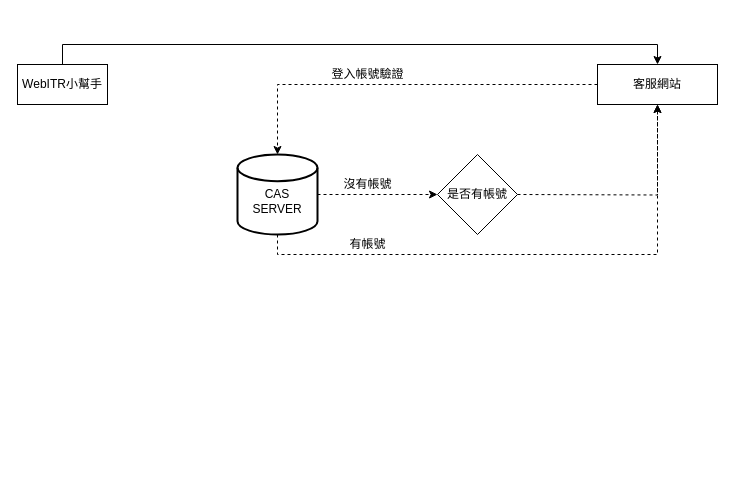
This is page "Page-3" (3 of 3) of Untitled Diagram.drawio from Cadmus-design/Diagrams, a draw.io file, before an edit. Source tidied: cells renumbered, new cells numbered last; positions are measured from the earlier drawing's top-left corner, leaving out a move shared by most shapes. Both pictures are drawn from the tidied source at 100%, with x=0, y=0 at pixel (17, 64).
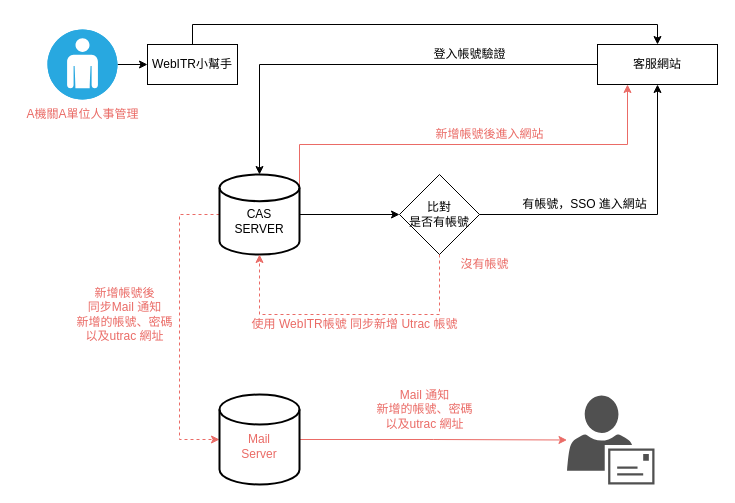
Above is the later version.

The edit, as a diff of the source:
```diff
@@
     <mxCell id="3" value="WebITR小幫手" style="rounded=0;whiteSpace=wrap;html=1;" parent="1" vertex="1">
-      <mxGeometry width="90" height="40" as="geometry" />
+      <mxGeometry x="130" y="-20" width="90" height="40" as="geometry" />
     </mxCell>
-    <mxCell id="4" style="edgeStyle=orthogonalEdgeStyle;rounded=0;jettySize=auto;html=1;exitX=0;exitY=0.5;exitDx=0;exitDy=0;dashed=1;entryX=0.5;entryY=0;entryDx=0;entryDy=0;entryPerimeter=0;" parent="1" edge="1" source="5" target="12">
+    <mxCell id="4" style="edgeStyle=orthogonalEdgeStyle;rounded=0;jettySize=auto;html=1;exitX=0;exitY=0.5;exitDx=0;exitDy=0;entryX=0.5;entryY=0;entryDx=0;entryDy=0;entryPerimeter=0;" parent="1" edge="1" source="5" target="12">
       <mxGeometry relative="1" as="geometry" />
     </mxCell>
     <mxCell id="5" value="客服網站" style="whiteSpace=wrap;html=1;rounded=0;" parent="1" vertex="1">
-      <mxGeometry x="580" width="120" height="40" as="geometry" />
+      <mxGeometry x="580" y="-20" width="120" height="40" as="geometry" />
     </mxCell>
-    <mxCell id="6" style="edgeStyle=orthogonalEdgeStyle;rounded=0;jettySize=auto;html=1;exitX=1;exitY=0.5;exitDx=0;exitDy=0;exitPerimeter=0;entryX=0.5;entryY=1;entryDx=0;entryDy=0;dashed=1;" parent="1" edge="1" target="5">
-      <mxGeometry relative="1" as="geometry">
-        <mxPoint x="500" y="130" as="sourcePoint" />
-      </mxGeometry>
+    <mxCell id="6" style="edgeStyle=orthogonalEdgeStyle;rounded=0;jettySize=auto;html=1;entryX=0.5;entryY=1;entryDx=0;entryDy=0;exitX=1;exitY=0.5;exitDx=0;exitDy=0;" parent="1" edge="1" source="11" target="5">
+      <mxGeometry relative="1" as="geometry" />
     </mxCell>
-    <mxCell id="7" style="edgeStyle=orthogonalEdgeStyle;rounded=0;jettySize=auto;html=1;exitX=0.5;exitY=1;exitDx=0;exitDy=0;exitPerimeter=0;entryX=0.5;entryY=1;entryDx=0;entryDy=0;dashed=1;" parent="1" edge="1" source="12" target="5">
-      <mxGeometry relative="1" as="geometry" />
-    </mxCell>
-    <mxCell id="8" style="endArrow=classic;html=1;exitX=1;exitY=0.5;exitDx=0;exitDy=0;exitPerimeter=0;entryX=0;entryY=0.5;entryDx=0;entryDy=0;entryPerimeter=0;dashed=1;" parent="1" edge="1" source="12">
-      <mxGeometry relative="1" as="geometry">
-        <mxPoint x="420" y="130" as="targetPoint" />
-      </mxGeometry>
+    <mxCell id="8" style="endArrow=classic;html=1;exitX=1;exitY=0.5;exitDx=0;exitDy=0;exitPerimeter=0;entryX=0;entryY=0.5;entryDx=0;entryDy=0;dashed=1;startArrow=none;" parent="1" edge="1" source="11" target="11">
+      <mxGeometry relative="1" as="geometry" />
     </mxCell>
-    <mxCell id="9" value="沒有帳號" style="text;html=1;align=center;verticalAlign=middle;fillColor=none;strokeColor=none;rounded=0;" parent="1" vertex="1">
-      <mxGeometry x="320" y="110" width="60" height="20" as="geometry" />
+    <mxCell id="9" value="沒有帳號" style="text;html=1;align=center;verticalAlign=middle;fillColor=none;strokeColor=none;rounded=0;fontColor=#EA6B66;" parent="1" vertex="1">
+      <mxGeometry x="437" y="190" width="60" height="20" as="geometry" />
     </mxCell>
-    <mxCell id="10" value="有帳號" style="text;html=1;align=center;verticalAlign=middle;fillColor=none;strokeColor=none;rounded=0;" parent="1" vertex="1">
-      <mxGeometry x="325" y="170" width="50" height="20" as="geometry" />
+    <mxCell id="10" value="有帳號，SSO 進入網站" style="text;html=1;align=center;verticalAlign=middle;fillColor=none;strokeColor=none;rounded=0;" parent="1" vertex="1">
+      <mxGeometry x="497" y="130" width="140" height="20" as="geometry" />
     </mxCell>
-    <mxCell id="11" value="是否有帳號" style="rhombus;whiteSpace=wrap;html=1;" parent="1" vertex="1">
-      <mxGeometry x="420" y="90" width="80" height="80" as="geometry" />
-    </mxCell>
+    <mxCell id="14" style="edgeStyle=orthogonalEdgeStyle;rounded=0;jettySize=auto;html=1;endArrow=classic;endFill=1;" parent="1" edge="1" source="12" target="11">
+      <mxGeometry relative="1" as="geometry" />
+    </mxCell>
+    <mxCell id="7" style="edgeStyle=orthogonalEdgeStyle;rounded=0;jettySize=auto;html=1;exitX=1;exitY=0.15;exitDx=0;exitDy=0;exitPerimeter=0;entryX=0.25;entryY=1;entryDx=0;entryDy=0;fontColor=#EA6B66;endArrow=classic;endFill=1;strokeColor=#EA6B66;" parent="1" edge="1" source="12" target="5">
+      <mxGeometry relative="1" as="geometry">
+        <Array as="points">
+          <mxPoint x="282" y="80" />
+          <mxPoint x="610" y="80" />
+        </Array>
+      </mxGeometry>
+    </mxCell>
+    <mxCell id="15" style="edgeStyle=orthogonalEdgeStyle;rounded=0;jettySize=auto;html=1;exitX=0;exitY=0.5;exitDx=0;exitDy=0;exitPerimeter=0;entryX=0;entryY=0.5;entryDx=0;entryDy=0;entryPerimeter=0;dashed=1;fontColor=#EA6B66;endArrow=classic;endFill=1;strokeColor=#EA6B66;" parent="1" edge="1" source="12" target="20">
+      <mxGeometry relative="1" as="geometry">
+        <Array as="points">
+          <mxPoint x="162" y="150" />
+          <mxPoint x="162" y="375" />
+        </Array>
+      </mxGeometry>
+    </mxCell>
     <mxCell id="12" value="&lt;div&gt;&lt;br&gt;&lt;/div&gt;&lt;div&gt;CAS&lt;/div&gt;&lt;div&gt;SERVER&lt;br&gt;&lt;/div&gt;" style="strokeWidth=2;html=1;shape=mxgraph.flowchart.database;whiteSpace=wrap;" parent="1" vertex="1">
-      <mxGeometry x="220" y="90" width="80" height="80" as="geometry" />
+      <mxGeometry x="202" y="110" width="80" height="80" as="geometry" />
     </mxCell>
     <mxCell id="13" value="登入帳號驗證" style="text;html=1;align=center;verticalAlign=middle;fillColor=none;strokeColor=none;rounded=0;" parent="1" vertex="1">
-      <mxGeometry x="305" width="90" height="20" as="geometry" />
+      <mxGeometry x="407" y="-20" width="90" height="20" as="geometry" />
     </mxCell>
+    <mxCell id="16" style="edgeStyle=orthogonalEdgeStyle;rounded=0;jettySize=auto;html=1;exitX=0.5;exitY=1;exitDx=0;exitDy=0;entryX=0.5;entryY=1;entryDx=0;entryDy=0;entryPerimeter=0;endArrow=classic;endFill=1;strokeColor=#EA6B66;dashed=1;" parent="1" edge="1" source="11" target="12">
+      <mxGeometry relative="1" as="geometry">
+        <Array as="points">
+          <mxPoint x="422" y="250" />
+          <mxPoint x="242" y="250" />
+        </Array>
+      </mxGeometry>
+    </mxCell>
+    <mxCell id="11" value="&lt;div&gt;比對&lt;/div&gt;&lt;div&gt;是否有帳號&lt;/div&gt;" style="rhombus;whiteSpace=wrap;html=1;" parent="1" vertex="1">
+      <mxGeometry x="382" y="110" width="80" height="80" as="geometry" />
+    </mxCell>
+    <mxCell id="17" value="使用 WebITR帳號 同步新增 Utrac 帳號" style="text;html=1;align=center;verticalAlign=middle;fillColor=none;strokeColor=none;rounded=0;fontColor=#EA6B66;" parent="1" vertex="1">
+      <mxGeometry x="227" y="250" width="220" height="20" as="geometry" />
+    </mxCell>
+    <mxCell id="18" value="新增帳號後進入網站" style="text;html=1;align=center;verticalAlign=middle;fillColor=none;strokeColor=none;rounded=0;fontColor=#EA6B66;" parent="1" vertex="1">
+      <mxGeometry x="412" y="60" width="120" height="20" as="geometry" />
+    </mxCell>
+    <mxCell id="19" style="edgeStyle=orthogonalEdgeStyle;rounded=0;jettySize=auto;html=1;exitX=1;exitY=0.5;exitDx=0;exitDy=0;exitPerimeter=0;fontColor=#EA6B66;endArrow=classic;endFill=1;strokeColor=#EA6B66;" parent="1" edge="1" source="20" target="22">
+      <mxGeometry relative="1" as="geometry" />
+    </mxCell>
+    <mxCell id="20" value="&lt;div&gt;&lt;br&gt;&lt;/div&gt;&lt;div&gt;Mail &lt;br&gt;&lt;/div&gt;&lt;div&gt;Server&lt;/div&gt;" style="strokeWidth=2;html=1;shape=mxgraph.flowchart.database;whiteSpace=wrap;fontColor=#EA6B66;" parent="1" vertex="1">
+      <mxGeometry x="202" y="330" width="80" height="90" as="geometry" />
+    </mxCell>
+    <mxCell id="21" value="&lt;div&gt;新增帳號後&lt;/div&gt;&lt;div&gt;同步Mail 通知&lt;/div&gt;&lt;div&gt;新增的帳號、密碼&lt;/div&gt;&lt;div&gt;以及utrac 網址&lt;br&gt;&lt;/div&gt;" style="text;html=1;align=center;verticalAlign=middle;fillColor=none;strokeColor=none;rounded=0;fontColor=#EA6B66;" parent="1" vertex="1">
+      <mxGeometry x="52" y="220" width="110" height="60" as="geometry" />
+    </mxCell>
+    <mxCell id="22" style="shadow=0;dashed=0;html=1;strokeColor=none;fillColor=#505050;labelPosition=center;verticalLabelPosition=bottom;verticalAlign=top;outlineConnect=0;align=center;shape=mxgraph.office.users.mail_user;fontColor=#EA6B66;" parent="1" vertex="1">
+      <mxGeometry x="549.5" y="331" width="87.5" height="89" as="geometry" />
+    </mxCell>
+    <mxCell id="23" value="Mail 通知&lt;div&gt;新增的帳號、密碼&lt;/div&gt;&lt;div&gt;以及utrac 網址&lt;br&gt;&lt;/div&gt;" style="text;html=1;align=center;verticalAlign=middle;fillColor=none;strokeColor=none;rounded=0;fontColor=#EA6B66;" parent="1" vertex="1">
+      <mxGeometry x="352" y="320" width="110" height="50" as="geometry" />
+    </mxCell>
+    <mxCell id="24" style="edgeStyle=orthogonalEdgeStyle;rounded=0;jettySize=auto;html=1;exitX=1;exitY=0.5;exitDx=0;exitDy=0;exitPerimeter=0;entryX=0;entryY=0.5;entryDx=0;entryDy=0;fontColor=#EA6B66;endArrow=classic;endFill=1;" parent="1" edge="1" source="25" target="3">
+      <mxGeometry relative="1" as="geometry" />
+    </mxCell>
+    <mxCell id="25" style="fillColor=#28A8E0;verticalLabelPosition=bottom;html=1;strokeColor=#ffffff;verticalAlign=top;align=center;points=[[0.145,0.145,0],[0.5,0,0],[0.855,0.145,0],[1,0.5,0],[0.855,0.855,0],[0.5,1,0],[0.145,0.855,0],[0,0.5,0]];shape=mxgraph.cisco_safe.compositeIcon;bgIcon=ellipse;resIcon=mxgraph.cisco_safe.capability.user;fontColor=#EA6B66;" parent="1" vertex="1">
+      <mxGeometry x="30" y="-35" width="70" height="70" as="geometry" />
+    </mxCell>
+    <mxCell id="26" value="A機關A單位人事管理" style="text;html=1;align=center;verticalAlign=middle;fillColor=none;strokeColor=none;rounded=0;fontColor=#EA6B66;" parent="1" vertex="1">
+      <mxGeometry y="40" width="130" height="20" as="geometry" />
+    </mxCell>
```
